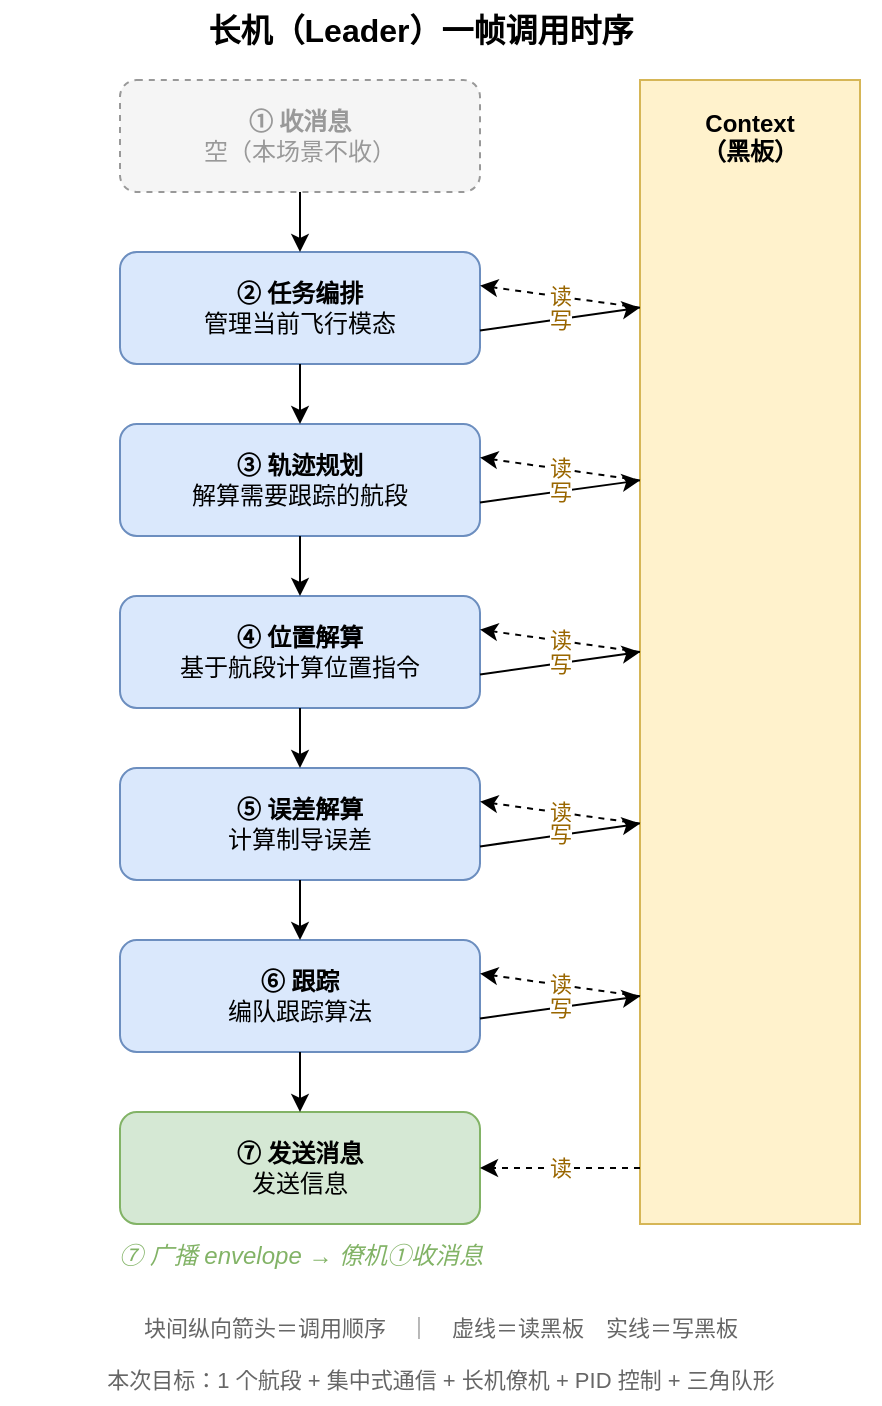
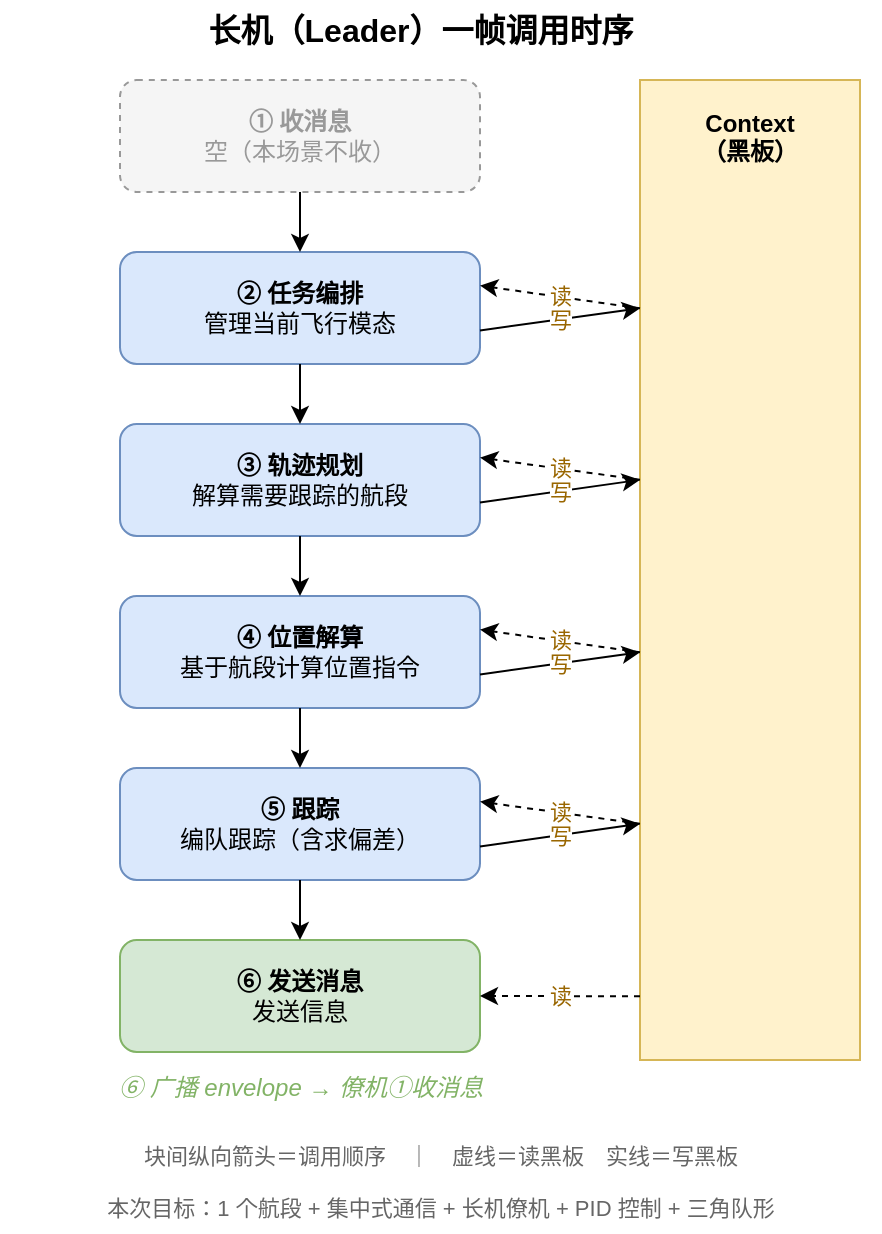
<mxfile host="app.diagrams.net">
  <diagram name="长机调用时序" id="leader-seq">
-     <mxGraphModel dx="800" dy="600" grid="0" gridSize="10" guides="1" tooltips="1" connect="1" arrows="1" fold="1" page="1" pageScale="1" pageWidth="520" pageHeight="760" math="0" shadow="0">
+     <mxGraphModel dx="800" dy="600" grid="0" gridSize="10" guides="1" tooltips="1" connect="1" arrows="1" fold="1" page="1" pageScale="1" pageWidth="520" pageHeight="700" math="0" shadow="0">
      <root>
        <mxCell id="0" />
        <mxCell id="1" parent="0" />
        <mxCell id="title" value="长机（Leader）一帧调用时序" style="text;html=1;align=center;verticalAlign=middle;fontStyle=1;fontSize=16;" vertex="1" parent="1">
          <mxGeometry x="90" y="8" width="320" height="30" as="geometry" />
        </mxCell>
        <mxCell id="ctx" value="Context&#10;（黑板）" style="rounded=0;whiteSpace=wrap;html=1;fillColor=#fff2cc;strokeColor=#d6b656;verticalAlign=top;fontStyle=1;spacingTop=8;" vertex="1" parent="1">
-           <mxGeometry x="360" y="48" width="110" height="572" as="geometry" />
+           <mxGeometry x="360" y="48" width="110" height="490" as="geometry" />
        </mxCell>
        <mxCell id="s1" value="&lt;b&gt;① 收消息&lt;/b&gt;&lt;br&gt;空（本场景不收）" style="rounded=1;whiteSpace=wrap;html=1;fillColor=#f5f5f5;strokeColor=#999999;dashed=1;fontColor=#999999;verticalAlign=middle;" vertex="1" parent="1">
          <mxGeometry x="100" y="48" width="180" height="56" as="geometry" />
        </mxCell>
        <mxCell id="s2" value="&lt;b&gt;② 任务编排&lt;/b&gt;&lt;br&gt;管理当前飞行模态" style="rounded=1;whiteSpace=wrap;html=1;fillColor=#dae8fc;strokeColor=#6c8ebf;verticalAlign=middle;" vertex="1" parent="1">
          <mxGeometry x="100" y="134" width="180" height="56" as="geometry" />
        </mxCell>
        <mxCell id="s3" value="&lt;b&gt;③ 轨迹规划&lt;/b&gt;&lt;br&gt;解算需要跟踪的航段" style="rounded=1;whiteSpace=wrap;html=1;fillColor=#dae8fc;strokeColor=#6c8ebf;verticalAlign=middle;" vertex="1" parent="1">
          <mxGeometry x="100" y="220" width="180" height="56" as="geometry" />
        </mxCell>
        <mxCell id="s4" value="&lt;b&gt;④ 位置解算&lt;/b&gt;&lt;br&gt;基于航段计算位置指令" style="rounded=1;whiteSpace=wrap;html=1;fillColor=#dae8fc;strokeColor=#6c8ebf;verticalAlign=middle;" vertex="1" parent="1">
          <mxGeometry x="100" y="306" width="180" height="56" as="geometry" />
        </mxCell>
-         <mxCell id="s5" value="&lt;b&gt;⑤ 误差解算&lt;/b&gt;&lt;br&gt;计算制导误差" style="rounded=1;whiteSpace=wrap;html=1;fillColor=#dae8fc;strokeColor=#6c8ebf;verticalAlign=middle;" vertex="1" parent="1">
+         <mxCell id="s5" value="&lt;b&gt;⑤ 跟踪&lt;/b&gt;&lt;br&gt;编队跟踪（含求偏差）" style="rounded=1;whiteSpace=wrap;html=1;fillColor=#dae8fc;strokeColor=#6c8ebf;verticalAlign=middle;" vertex="1" parent="1">
          <mxGeometry x="100" y="392" width="180" height="56" as="geometry" />
        </mxCell>
-         <mxCell id="s6" value="&lt;b&gt;⑥ 跟踪&lt;/b&gt;&lt;br&gt;编队跟踪算法" style="rounded=1;whiteSpace=wrap;html=1;fillColor=#dae8fc;strokeColor=#6c8ebf;verticalAlign=middle;" vertex="1" parent="1">
+         <mxCell id="s6" value="&lt;b&gt;⑥ 发送消息&lt;/b&gt;&lt;br&gt;发送信息" style="rounded=1;whiteSpace=wrap;html=1;fillColor=#d5e8d4;strokeColor=#82b366;verticalAlign=middle;" vertex="1" parent="1">
          <mxGeometry x="100" y="478" width="180" height="56" as="geometry" />
        </mxCell>
-         <mxCell id="s7" value="&lt;b&gt;⑦ 发送消息&lt;/b&gt;&lt;br&gt;发送信息" style="rounded=1;whiteSpace=wrap;html=1;fillColor=#d5e8d4;strokeColor=#82b366;verticalAlign=middle;" vertex="1" parent="1">
-           <mxGeometry x="100" y="564" width="180" height="56" as="geometry" />
-         </mxCell>
-         <mxCell id="bcast" value="⑦ 广播 envelope → 僚机①收消息" style="text;html=1;align=center;verticalAlign=middle;fontStyle=2;fontColor=#82b366;" vertex="1" parent="1">
-           <mxGeometry x="60" y="624" width="260" height="24" as="geometry" />
+         <mxCell id="bcast" value="⑥ 广播 envelope → 僚机①收消息" style="text;html=1;align=center;verticalAlign=middle;fontStyle=2;fontColor=#82b366;" vertex="1" parent="1">
+           <mxGeometry x="60" y="540" width="260" height="24" as="geometry" />
        </mxCell>
        <mxCell id="legend" value="块间纵向箭头＝调用顺序　｜　虚线＝读黑板　实线＝写黑板" style="text;html=1;align=center;verticalAlign=middle;fontSize=11;fontColor=#666666;" vertex="1" parent="1">
-           <mxGeometry x="40" y="660" width="440" height="24" as="geometry" />
+           <mxGeometry x="40" y="574" width="440" height="24" as="geometry" />
        </mxCell>
        <mxCell id="note" value="本次目标：1 个航段 + 集中式通信 + 长机僚机 + PID 控制 + 三角队形" style="text;html=1;align=center;verticalAlign=middle;fontSize=11;fontColor=#666666;" vertex="1" parent="1">
-           <mxGeometry x="40" y="686" width="440" height="24" as="geometry" />
+           <mxGeometry x="40" y="600" width="440" height="24" as="geometry" />
        </mxCell>
        <mxCell id="e12" style="endArrow=classic;html=1;" edge="1" parent="1" source="s1" target="s2"><mxGeometry relative="1" as="geometry" /></mxCell>
        <mxCell id="e23" style="endArrow=classic;html=1;" edge="1" parent="1" source="s2" target="s3"><mxGeometry relative="1" as="geometry" /></mxCell>
        <mxCell id="e34" style="endArrow=classic;html=1;" edge="1" parent="1" source="s3" target="s4"><mxGeometry relative="1" as="geometry" /></mxCell>
        <mxCell id="e45" style="endArrow=classic;html=1;" edge="1" parent="1" source="s4" target="s5"><mxGeometry relative="1" as="geometry" /></mxCell>
        <mxCell id="e56" style="endArrow=classic;html=1;" edge="1" parent="1" source="s5" target="s6"><mxGeometry relative="1" as="geometry" /></mxCell>
-         <mxCell id="e67" style="endArrow=classic;html=1;" edge="1" parent="1" source="s6" target="s7"><mxGeometry relative="1" as="geometry" /></mxCell>
-         <mxCell id="r2" value="读" style="endArrow=classic;html=1;dashed=1;fontColor=#996600;exitX=0;exitY=0.199;entryX=1;entryY=0.3;" edge="1" parent="1" source="ctx" target="s2"><mxGeometry relative="1" as="geometry" /></mxCell>
-         <mxCell id="w2" value="写" style="endArrow=classic;html=1;fontColor=#996600;exitX=1;exitY=0.7;entryX=0;entryY=0.199;" edge="1" parent="1" source="s2" target="ctx"><mxGeometry relative="1" as="geometry" /></mxCell>
-         <mxCell id="r3" value="读" style="endArrow=classic;html=1;dashed=1;fontColor=#996600;exitX=0;exitY=0.350;entryX=1;entryY=0.3;" edge="1" parent="1" source="ctx" target="s3"><mxGeometry relative="1" as="geometry" /></mxCell>
-         <mxCell id="w3" value="写" style="endArrow=classic;html=1;fontColor=#996600;exitX=1;exitY=0.7;entryX=0;entryY=0.350;" edge="1" parent="1" source="s3" target="ctx"><mxGeometry relative="1" as="geometry" /></mxCell>
-         <mxCell id="r4" value="读" style="endArrow=classic;html=1;dashed=1;fontColor=#996600;exitX=0;exitY=0.500;entryX=1;entryY=0.3;" edge="1" parent="1" source="ctx" target="s4"><mxGeometry relative="1" as="geometry" /></mxCell>
-         <mxCell id="w4" value="写" style="endArrow=classic;html=1;fontColor=#996600;exitX=1;exitY=0.7;entryX=0;entryY=0.500;" edge="1" parent="1" source="s4" target="ctx"><mxGeometry relative="1" as="geometry" /></mxCell>
-         <mxCell id="r5" value="读" style="endArrow=classic;html=1;dashed=1;fontColor=#996600;exitX=0;exitY=0.650;entryX=1;entryY=0.3;" edge="1" parent="1" source="ctx" target="s5"><mxGeometry relative="1" as="geometry" /></mxCell>
-         <mxCell id="w5" value="写" style="endArrow=classic;html=1;fontColor=#996600;exitX=1;exitY=0.7;entryX=0;entryY=0.650;" edge="1" parent="1" source="s5" target="ctx"><mxGeometry relative="1" as="geometry" /></mxCell>
-         <mxCell id="r6" value="读" style="endArrow=classic;html=1;dashed=1;fontColor=#996600;exitX=0;exitY=0.801;entryX=1;entryY=0.3;" edge="1" parent="1" source="ctx" target="s6"><mxGeometry relative="1" as="geometry" /></mxCell>
-         <mxCell id="w6" value="写" style="endArrow=classic;html=1;fontColor=#996600;exitX=1;exitY=0.7;entryX=0;entryY=0.801;" edge="1" parent="1" source="s6" target="ctx"><mxGeometry relative="1" as="geometry" /></mxCell>
-         <mxCell id="r7" value="读" style="endArrow=classic;html=1;dashed=1;fontColor=#996600;exitX=0;exitY=0.951;entryX=1;entryY=0.5;" edge="1" parent="1" source="ctx" target="s7"><mxGeometry relative="1" as="geometry" /></mxCell>
+         <mxCell id="r2" value="读" style="endArrow=classic;html=1;dashed=1;fontColor=#996600;exitX=0;exitY=0.233;entryX=1;entryY=0.3;" edge="1" parent="1" source="ctx" target="s2"><mxGeometry relative="1" as="geometry" /></mxCell>
+         <mxCell id="w2" value="写" style="endArrow=classic;html=1;fontColor=#996600;exitX=1;exitY=0.7;entryX=0;entryY=0.233;" edge="1" parent="1" source="s2" target="ctx"><mxGeometry relative="1" as="geometry" /></mxCell>
+         <mxCell id="r3" value="读" style="endArrow=classic;html=1;dashed=1;fontColor=#996600;exitX=0;exitY=0.408;entryX=1;entryY=0.3;" edge="1" parent="1" source="ctx" target="s3"><mxGeometry relative="1" as="geometry" /></mxCell>
+         <mxCell id="w3" value="写" style="endArrow=classic;html=1;fontColor=#996600;exitX=1;exitY=0.7;entryX=0;entryY=0.408;" edge="1" parent="1" source="s3" target="ctx"><mxGeometry relative="1" as="geometry" /></mxCell>
+         <mxCell id="r4" value="读" style="endArrow=classic;html=1;dashed=1;fontColor=#996600;exitX=0;exitY=0.584;entryX=1;entryY=0.3;" edge="1" parent="1" source="ctx" target="s4"><mxGeometry relative="1" as="geometry" /></mxCell>
+         <mxCell id="w4" value="写" style="endArrow=classic;html=1;fontColor=#996600;exitX=1;exitY=0.7;entryX=0;entryY=0.584;" edge="1" parent="1" source="s4" target="ctx"><mxGeometry relative="1" as="geometry" /></mxCell>
+         <mxCell id="r5" value="读" style="endArrow=classic;html=1;dashed=1;fontColor=#996600;exitX=0;exitY=0.759;entryX=1;entryY=0.3;" edge="1" parent="1" source="ctx" target="s5"><mxGeometry relative="1" as="geometry" /></mxCell>
+         <mxCell id="w5" value="写" style="endArrow=classic;html=1;fontColor=#996600;exitX=1;exitY=0.7;entryX=0;entryY=0.759;" edge="1" parent="1" source="s5" target="ctx"><mxGeometry relative="1" as="geometry" /></mxCell>
+         <mxCell id="r6" value="读" style="endArrow=classic;html=1;dashed=1;fontColor=#996600;exitX=0;exitY=0.935;entryX=1;entryY=0.5;" edge="1" parent="1" source="ctx" target="s6"><mxGeometry relative="1" as="geometry" /></mxCell>
      </root>
    </mxGraphModel>
  </diagram>
</mxfile>
